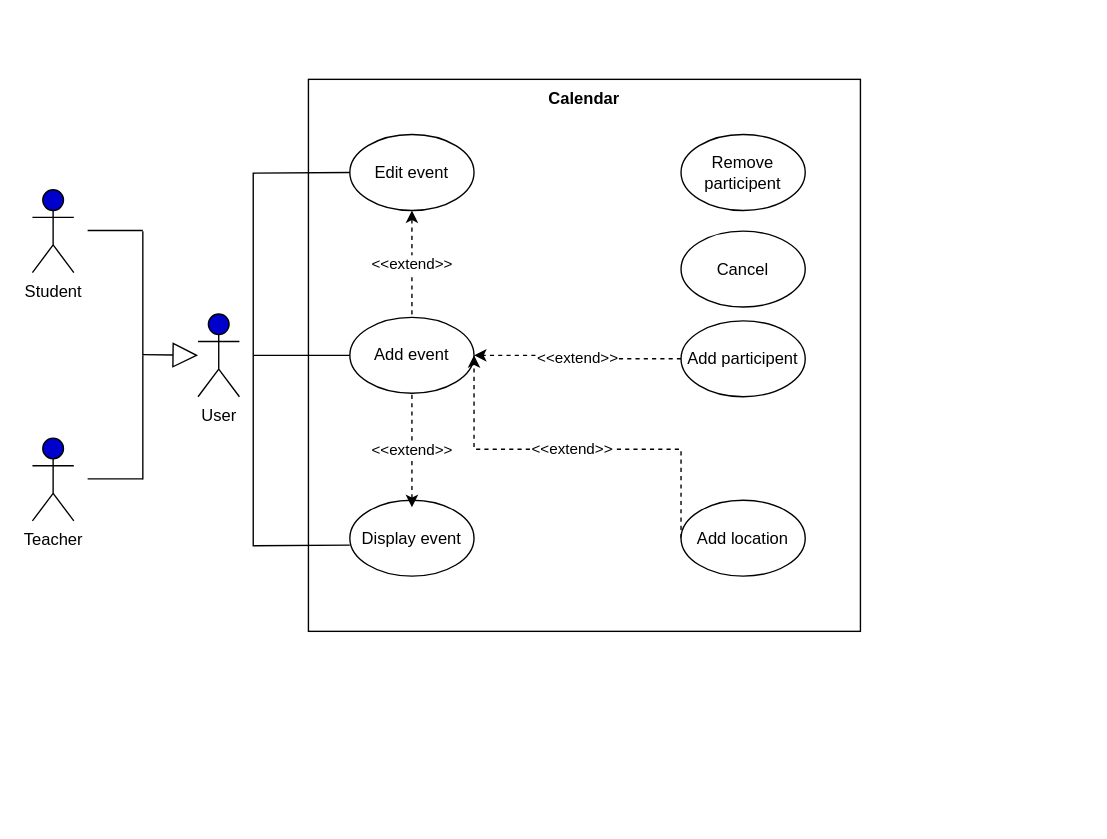
This is page "Calendar" (3 of 5) of Untitled Diagram.drawio from AbdellaouiSofiane/book_scraper, a draw.io file, before an edit. Source tidied: cells renumbered, new cells numbered last; positions are measured from the earlier drawing's top-left corner, leaving out a move shared by most shapes. Both pictures are drawn from the tidied source at 138%, with x=0, y=0 at pixel (32, 79).
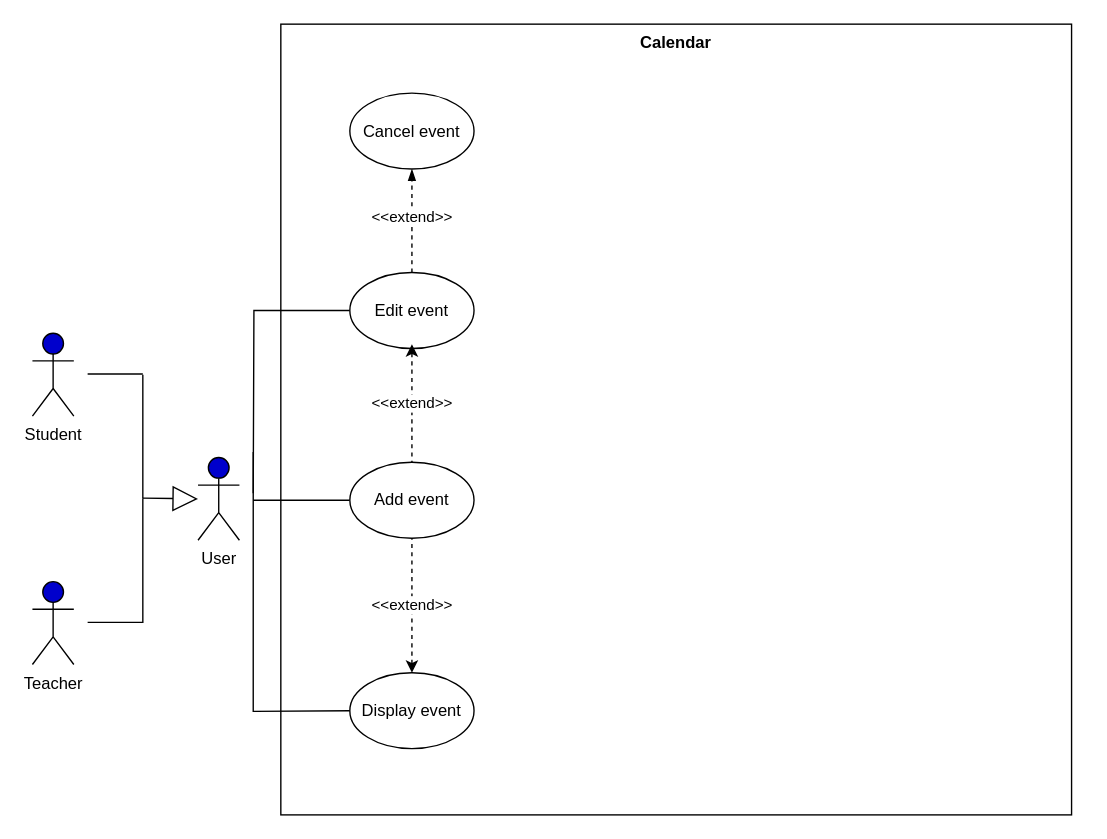
Above is the later version.

Diff of the diagram source:
```diff
@@
+    <mxCell id="25" style="edgeStyle=none;rounded=0;jettySize=auto;html=1;exitX=1;exitY=0.5;exitDx=0;exitDy=0;dashed=1;startArrow=none;startFill=0;endArrow=blockThin;endFill=1;" parent="1" edge="1" source="2">
+      <mxGeometry relative="1" as="geometry">
+        <mxPoint x="720" y="268" as="targetPoint" />
+      </mxGeometry>
+    </mxCell>
     <mxCell id="2" value="&lt;b&gt;Calendar&lt;/b&gt;" style="whiteSpace=wrap;html=1;verticalAlign=top;" parent="1" vertex="1">
-      <mxGeometry x="200" width="400" height="400" as="geometry" />
+      <mxGeometry x="180" y="-40" width="573" height="573" as="geometry" />
     </mxCell>
     <mxCell id="3" value="Student" style="shape=umlActor;verticalLabelPosition=bottom;verticalAlign=top;html=1;fillColor=#0000CC;" parent="1" vertex="1">
-      <mxGeometry y="80" width="30" height="60" as="geometry" />
+      <mxGeometry y="184" width="30" height="60" as="geometry" />
     </mxCell>
     <mxCell id="4" value="Teacher" style="shape=umlActor;verticalLabelPosition=bottom;verticalAlign=top;html=1;labelPadding=0;fillColor=#0000CC;" parent="1" vertex="1">
-      <mxGeometry y="260" width="30" height="60" as="geometry" />
+      <mxGeometry y="364" width="30" height="60" as="geometry" />
     </mxCell>
     <mxCell id="5" style="endArrow=none;html=1;" parent="1" edge="1">
       <mxGeometry relative="1" as="geometry">
-        <mxPoint x="40" y="289.5" as="sourcePoint" />
-        <mxPoint x="80" y="289.5" as="targetPoint" />
+        <mxPoint x="40" y="393.5" as="sourcePoint" />
+        <mxPoint x="80" y="393.5" as="targetPoint" />
         <Array as="points">
-          <mxPoint x="40" y="290" />
+          <mxPoint x="40" y="394" />
         </Array>
       </mxGeometry>
     </mxCell>
     <mxCell id="6" style="endArrow=none;html=1;" parent="1" edge="1">
       <mxGeometry relative="1" as="geometry">
-        <mxPoint x="40" y="109.5" as="sourcePoint" />
-        <mxPoint x="80" y="109.5" as="targetPoint" />
+        <mxPoint x="40" y="213.5" as="sourcePoint" />
+        <mxPoint x="80" y="213.5" as="targetPoint" />
         <Array as="points">
-          <mxPoint x="60" y="109.5" />
+          <mxPoint x="60" y="213.5" />
         </Array>
       </mxGeometry>
     </mxCell>
     <mxCell id="7" style="endArrow=none;html=1;" parent="1" edge="1">
       <mxGeometry relative="1" as="geometry">
-        <mxPoint x="80" y="200" as="sourcePoint" />
-        <mxPoint x="80" y="110" as="targetPoint" />
+        <mxPoint x="80" y="304" as="sourcePoint" />
+        <mxPoint x="80" y="214" as="targetPoint" />
       </mxGeometry>
     </mxCell>
     <mxCell id="8" style="endArrow=none;html=1;" parent="1" edge="1">
       <mxGeometry relative="1" as="geometry">
-        <mxPoint x="80" y="290" as="sourcePoint" />
-        <mxPoint x="80" y="200" as="targetPoint" />
+        <mxPoint x="80" y="394" as="sourcePoint" />
+        <mxPoint x="80" y="304" as="targetPoint" />
       </mxGeometry>
     </mxCell>
     <mxCell id="9" value="User" style="shape=umlActor;verticalLabelPosition=bottom;verticalAlign=top;html=1;fillColor=#0000CC;" parent="1" vertex="1">
-      <mxGeometry x="120" y="170" width="30" height="60" as="geometry" />
+      <mxGeometry x="120" y="274" width="30" height="60" as="geometry" />
     </mxCell>
     <mxCell id="10" style="endArrow=block;endSize=16;endFill=0;html=1;" parent="1" edge="1">
       <mxGeometry relative="1" as="geometry">
-        <mxPoint x="80" y="199.5" as="sourcePoint" />
-        <mxPoint x="120" y="200" as="targetPoint" />
+        <mxPoint x="80" y="303.5" as="sourcePoint" />
+        <mxPoint x="120" y="304" as="targetPoint" />
       </mxGeometry>
     </mxCell>
+    <mxCell id="26" style="edgeStyle=orthogonalEdgeStyle;rounded=0;jettySize=auto;html=1;exitX=0;exitY=0.5;exitDx=0;exitDy=0;startArrow=none;startFill=0;endArrow=none;endFill=0;" parent="1" edge="1" source="11">
+      <mxGeometry relative="1" as="geometry">
+        <mxPoint x="160" y="305" as="targetPoint" />
+      </mxGeometry>
+    </mxCell>
+    <mxCell id="27" value="&amp;lt;&amp;lt;extend&amp;gt;&amp;gt;" style="edgeStyle=orthogonalEdgeStyle;rounded=0;jettySize=auto;html=1;exitX=0.5;exitY=0;exitDx=0;exitDy=0;entryX=0.5;entryY=1;entryDx=0;entryDy=0;dashed=1;startArrow=none;startFill=0;endArrow=blockThin;endFill=1;" parent="1" edge="1" source="12" target="29">
+      <mxGeometry x="0.07" relative="1" as="geometry" />
+    </mxCell>
     <mxCell id="11" value="Add event" style="ellipse;whiteSpace=wrap;html=1;" parent="1" vertex="1">
-      <mxGeometry x="230" y="172.5" width="90" height="55" as="geometry" />
+      <mxGeometry x="230" y="277.5" width="90" height="55" as="geometry" />
     </mxCell>
+    <mxCell id="28" style="edgeStyle=orthogonalEdgeStyle;rounded=0;jettySize=auto;html=1;exitX=0;exitY=0.5;exitDx=0;exitDy=0;startArrow=none;startFill=0;endArrow=none;endFill=0;" parent="1" edge="1" source="12">
+      <mxGeometry relative="1" as="geometry">
+        <mxPoint x="160" y="300" as="targetPoint" />
+      </mxGeometry>
+    </mxCell>
     <mxCell id="12" value="Edit event" style="ellipse;whiteSpace=wrap;html=1;" parent="1" vertex="1">
-      <mxGeometry x="230" y="40" width="90" height="55" as="geometry" />
+      <mxGeometry x="230" y="140" width="90" height="55" as="geometry" />
     </mxCell>
     <mxCell id="13" value="Display event" style="ellipse;whiteSpace=wrap;html=1;" parent="1" vertex="1">
-      <mxGeometry x="230" y="305" width="90" height="55" as="geometry" />
+      <mxGeometry x="230" y="430" width="90" height="55" as="geometry" />
     </mxCell>
-    <mxCell id="14" value="&amp;lt;&amp;lt;extend&amp;gt;&amp;gt;" style="edgeStyle=orthogonalEdgeStyle;rounded=0;jettySize=auto;html=1;exitX=0;exitY=0.5;exitDx=0;exitDy=0;entryX=1;entryY=0.5;entryDx=0;entryDy=0;dashed=1;" parent="1" edge="1" source="15" target="11">
-      <mxGeometry relative="1" as="geometry" />
-    </mxCell>
-    <mxCell id="15" value="Add participent" style="ellipse;whiteSpace=wrap;html=1;" parent="1" vertex="1">
-      <mxGeometry x="470" y="175" width="90" height="55" as="geometry" />
-    </mxCell>
-    <mxCell id="16" value="Remove participent" style="ellipse;whiteSpace=wrap;html=1;" parent="1" vertex="1">
-      <mxGeometry x="470" y="40" width="90" height="55" as="geometry" />
-    </mxCell>
-    <mxCell id="17" value="&amp;lt;&amp;lt;extend&amp;gt;&amp;gt;" style="edgeStyle=none;rounded=0;orthogonalLoop=1;jettySize=auto;html=1;exitX=0.5;exitY=1;exitDx=0;exitDy=0;entryX=0.5;entryY=0;entryDx=0;entryDy=0;endArrow=none;endFill=0;dashed=1;startArrow=classic;startFill=1;" parent="1" edge="1">
-      <mxGeometry relative="1" as="geometry">
-        <mxPoint x="275" y="95" as="sourcePoint" />
-        <mxPoint x="275" y="172.5" as="targetPoint" />
-      </mxGeometry>
+    <mxCell id="17" value="&amp;lt;&amp;lt;extend&amp;gt;&amp;gt;" style="edgeStyle=none;rounded=0;jettySize=auto;html=1;entryX=0.5;entryY=0;entryDx=0;entryDy=0;endArrow=none;endFill=0;dashed=1;startArrow=classic;startFill=1;exitX=0.5;exitY=0.945;exitDx=0;exitDy=0;exitPerimeter=0;" parent="1" edge="1" source="12" target="11">
+      <mxGeometry relative="1" as="geometry" />
     </mxCell>
-    <mxCell id="18" value="&amp;lt;&amp;lt;extend&amp;gt;&amp;gt;" style="edgeStyle=none;rounded=0;orthogonalLoop=1;jettySize=auto;html=1;entryX=0.5;entryY=1;entryDx=0;entryDy=0;endArrow=none;endFill=0;dashed=1;startArrow=classic;startFill=1;" parent="1" edge="1">
-      <mxGeometry relative="1" as="geometry">
-        <mxPoint x="275" y="310" as="sourcePoint" />
-        <mxPoint x="275" y="227.5" as="targetPoint" />
-      </mxGeometry>
-    </mxCell>
-    <mxCell id="19" style="edgeStyle=none;rounded=0;orthogonalLoop=1;jettySize=auto;html=1;entryX=0;entryY=0.5;entryDx=0;entryDy=0;endArrow=none;endFill=0;" parent="1" edge="1">
-      <mxGeometry relative="1" as="geometry">
-        <mxPoint x="160" y="200" as="sourcePoint" />
-        <mxPoint x="230" y="200" as="targetPoint" />
-      </mxGeometry>
-    </mxCell>
-    <mxCell id="20" style="edgeStyle=none;rounded=0;orthogonalLoop=1;jettySize=auto;html=1;entryX=0;entryY=0.5;entryDx=0;entryDy=0;endArrow=none;endFill=0;" parent="1" edge="1">
-      <mxGeometry relative="1" as="geometry">
-        <mxPoint x="160" y="200" as="sourcePoint" />
-        <mxPoint x="230" y="67.5" as="targetPoint" />
-        <Array as="points">
-          <mxPoint x="160" y="68" />
-        </Array>
-      </mxGeometry>
-    </mxCell>
     <mxCell id="21" style="edgeStyle=none;rounded=0;orthogonalLoop=1;jettySize=auto;html=1;entryX=0;entryY=0.5;entryDx=0;entryDy=0;endArrow=none;endFill=0;" parent="1" edge="1">
       <mxGeometry relative="1" as="geometry">
-        <mxPoint x="160" y="200" as="sourcePoint" />
-        <mxPoint x="230" y="337.5" as="targetPoint" />
+        <mxPoint x="160" y="270" as="sourcePoint" />
+        <mxPoint x="230" y="457.5" as="targetPoint" />
         <Array as="points">
-          <mxPoint x="160" y="338" />
+          <mxPoint x="160" y="458" />
         </Array>
       </mxGeometry>
     </mxCell>
-    <mxCell id="22" value="Cancel" style="ellipse;whiteSpace=wrap;html=1;" parent="1" vertex="1">
-      <mxGeometry x="470" y="110" width="90" height="55" as="geometry" />
-    </mxCell>
-    <mxCell id="23" value="&amp;lt;&amp;lt;extend&amp;gt;&amp;gt;" style="edgeStyle=orthogonalEdgeStyle;rounded=0;jettySize=auto;html=1;exitX=0;exitY=0.5;exitDx=0;exitDy=0;entryX=1;entryY=0.5;entryDx=0;entryDy=0;dashed=1;" parent="1" edge="1" source="24" target="11">
-      <mxGeometry x="0.02" relative="1" as="geometry">
-        <Array as="points">
-          <mxPoint x="320" y="268" />
-        </Array>
-      </mxGeometry>
-    </mxCell>
-    <mxCell id="24" value="Add location" style="ellipse;whiteSpace=wrap;html=1;" parent="1" vertex="1">
-      <mxGeometry x="470" y="305" width="90" height="55" as="geometry" />
-    </mxCell>
+    <mxCell id="29" value="Cancel event" style="ellipse;whiteSpace=wrap;html=1;" parent="1" vertex="1">
+      <mxGeometry x="230" y="10" width="90" height="55" as="geometry" />
+    </mxCell>
+    <mxCell id="30" value="&amp;lt;&amp;lt;extend&amp;gt;&amp;gt;" style="edgeStyle=none;rounded=0;jettySize=auto;html=1;endArrow=none;endFill=0;dashed=1;startArrow=classic;startFill=1;exitX=0.5;exitY=0;exitDx=0;exitDy=0;entryX=0.5;entryY=1;entryDx=0;entryDy=0;" parent="1" edge="1" source="13" target="11">
+      <mxGeometry relative="1" as="geometry" />
+    </mxCell>
```
